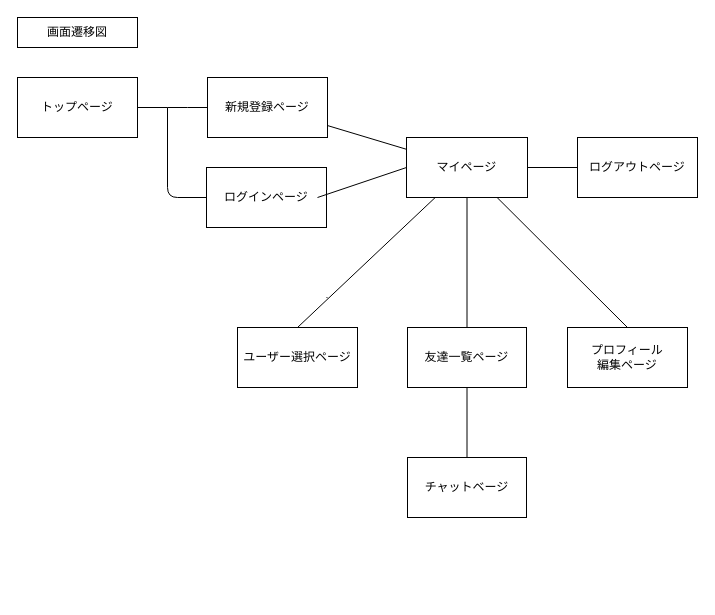
The draw.io diagram page "画面遷移図" (2 of 2) of umaren.dio in suzuka1621/UMAREN1, before the edit. Source tidied: cells renumbered, new cells numbered last; positions are measured from the earlier drawing's top-left corner, leaving out a move shared by most shapes. Both pictures are drawn from the tidied source at 100%, with x=0, y=0 at pixel (17, 17).
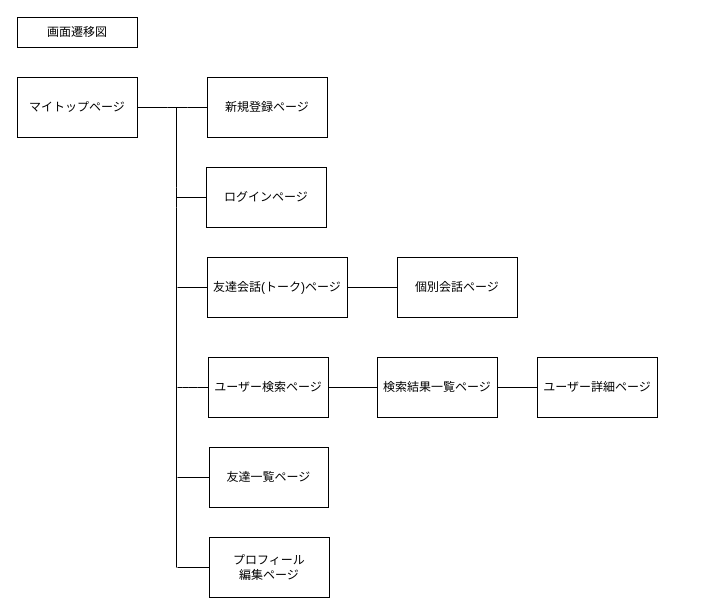
The same diagram, later.

The change refers to these unchanged cells:
```xml
<mxCell id="6" value="ログインページ" style="rounded=0;whiteSpace=wrap;html=1;" parent="1" vertex="1">
  <mxGeometry x="189" y="150" width="120" height="60" as="geometry" />
</mxCell>
<mxCell id="8" value="新規登録ページ" style="rounded=0;whiteSpace=wrap;html=1;" parent="1" vertex="1">
  <mxGeometry x="190" y="60" width="120" height="60" as="geometry" />
</mxCell>
```

Change to the diagram source:
```diff
@@
+    <mxCell id="22" style="edgeStyle=none;html=1;exitX=0;exitY=0.5;exitDx=0;exitDy=0;endArrow=none;endFill=0;" parent="1" edge="1" source="3">
+      <mxGeometry relative="1" as="geometry">
+        <mxPoint x="160" y="370" as="targetPoint" />
+        <Array as="points">
+          <mxPoint x="170" y="370" />
+        </Array>
+      </mxGeometry>
+    </mxCell>
-    <mxCell id="3" value="ユーザー選択ページ" style="rounded=0;whiteSpace=wrap;html=1;" parent="1" vertex="1">
-      <mxGeometry x="220" y="310" width="120" height="60" as="geometry" />
+    <mxCell id="3" value="ユーザー検索ページ" style="rounded=0;whiteSpace=wrap;html=1;" parent="1" vertex="1">
+      <mxGeometry x="191" y="340" width="120" height="60" as="geometry" />
     </mxCell>
@@
     <mxCell id="5" style="edgeStyle=none;html=1;exitX=0;exitY=0.5;exitDx=0;exitDy=0;endArrow=none;endFill=0;" parent="1" edge="1" source="6">
       <mxGeometry relative="1" as="geometry">
-        <mxPoint x="150" y="90" as="targetPoint" />
-        <Array as="points">
-          <mxPoint x="150" y="180" />
-        </Array>
+        <mxPoint x="159" y="180" as="targetPoint" />
       </mxGeometry>
     </mxCell>
@@
-    <mxCell id="7" style="edgeStyle=none;html=1;endArrow=none;endFill=0;" parent="1" edge="1" source="8" target="17">
-      <mxGeometry relative="1" as="geometry" />
-    </mxCell>
@@
-    <mxCell id="9" style="html=1;exitX=1;exitY=0.5;exitDx=0;exitDy=0;entryX=0;entryY=0.5;entryDx=0;entryDy=0;endArrow=none;endFill=0;" parent="1" edge="1" source="10" target="8">
+    <mxCell id="9" style="edgeStyle=none;html=1;exitX=1;exitY=0.5;exitDx=0;exitDy=0;entryX=0;entryY=0.5;entryDx=0;entryDy=0;endArrow=none;endFill=0;" parent="1" edge="1" source="10" target="8">
       <mxGeometry relative="1" as="geometry">
         <Array as="points">
           <mxPoint x="160" y="90" />
         </Array>
       </mxGeometry>
     </mxCell>
-    <mxCell id="10" value="トップページ" style="rounded=0;whiteSpace=wrap;html=1;" parent="1" vertex="1">
+    <mxCell id="10" value="マイトップページ" style="rounded=0;whiteSpace=wrap;html=1;" parent="1" vertex="1">
       <mxGeometry y="60" width="120" height="60" as="geometry" />
     </mxCell>
+    <mxCell id="23" style="endArrow=none;html=1;" parent="1" edge="1">
+      <mxGeometry relative="1" as="geometry">
+        <mxPoint x="159" y="550" as="sourcePoint" />
+        <mxPoint x="159" y="90" as="targetPoint" />
+        <Array as="points">
+          <mxPoint x="159" y="180" />
+        </Array>
+      </mxGeometry>
+    </mxCell>
+    <mxCell id="24" value="検索結果一覧ページ" style="rounded=0;whiteSpace=wrap;html=1;" parent="1" vertex="1">
+      <mxGeometry x="360" y="340" width="120" height="60" as="geometry" />
+    </mxCell>
+    <mxCell id="25" value="ユーザー詳細ページ" style="rounded=0;whiteSpace=wrap;html=1;" parent="1" vertex="1">
+      <mxGeometry x="520" y="340" width="120" height="60" as="geometry" />
+    </mxCell>
     <mxCell id="11" value="友達一覧ページ" style="rounded=0;whiteSpace=wrap;html=1;" parent="1" vertex="1">
-      <mxGeometry x="390" y="310" width="119" height="60" as="geometry" />
+      <mxGeometry x="192" y="430" width="119" height="60" as="geometry" />
     </mxCell>
+    <mxCell id="26" style="edgeStyle=none;html=1;exitX=1;exitY=0.5;exitDx=0;exitDy=0;entryX=0;entryY=0.5;entryDx=0;entryDy=0;endArrow=none;endFill=0;" parent="1" edge="1" source="27" target="28">
+      <mxGeometry relative="1" as="geometry" />
+    </mxCell>
+    <mxCell id="27" value="友達会話(トーク)ページ" style="rounded=0;whiteSpace=wrap;html=1;" parent="1" vertex="1">
+      <mxGeometry x="190" y="240" width="140" height="60" as="geometry" />
+    </mxCell>
+    <mxCell id="28" value="個別会話ページ" style="rounded=0;whiteSpace=wrap;html=1;" parent="1" vertex="1">
+      <mxGeometry x="380" y="240" width="120" height="60" as="geometry" />
+    </mxCell>
     <mxCell id="12" value="プロフィール&lt;br&gt;編集ページ" style="rounded=0;whiteSpace=wrap;html=1;" parent="1" vertex="1">
-      <mxGeometry x="550" y="310" width="120" height="60" as="geometry" />
+      <mxGeometry x="192" y="520" width="120" height="60" as="geometry" />
     </mxCell>
-    <mxCell id="13" style="edgeStyle=none;html=1;endArrow=none;endFill=0;" parent="1" edge="1" source="17">
-      <mxGeometry relative="1" as="geometry">
-        <mxPoint x="280" y="310" as="targetPoint" />
-      </mxGeometry>
-    </mxCell>
-    <mxCell id="14" style="edgeStyle=none;html=1;entryX=0.5;entryY=0;entryDx=0;entryDy=0;endArrow=none;endFill=0;" parent="1" edge="1" source="17" target="12">
-      <mxGeometry relative="1" as="geometry" />
-    </mxCell>
-    <mxCell id="15" style="edgeStyle=none;html=1;entryX=0.5;entryY=0;entryDx=0;entryDy=0;endArrow=none;endFill=0;" parent="1" edge="1" source="17" target="11">
-      <mxGeometry relative="1" as="geometry" />
-    </mxCell>
-    <mxCell id="16" style="edgeStyle=none;html=1;endArrow=none;endFill=0;" parent="1" edge="1" source="17" target="21">
-      <mxGeometry relative="1" as="geometry" />
-    </mxCell>
-    <mxCell id="17" value="マイページ" style="rounded=0;whiteSpace=wrap;html=1;" parent="1" vertex="1">
-      <mxGeometry x="389" y="120" width="121" height="60" as="geometry" />
-    </mxCell>
-    <mxCell id="18" style="edgeStyle=none;html=1;exitX=0;exitY=0.5;exitDx=0;exitDy=0;entryX=0.925;entryY=0.5;entryDx=0;entryDy=0;entryPerimeter=0;endArrow=none;endFill=0;" parent="1" edge="1" source="17" target="6">
-      <mxGeometry relative="1" as="geometry" />
-    </mxCell>
-    <mxCell id="19" style="edgeStyle=none;html=1;entryX=0.5;entryY=1;entryDx=0;entryDy=0;endArrow=none;endFill=0;" parent="1" edge="1" source="20" target="11">
-      <mxGeometry relative="1" as="geometry" />
-    </mxCell>
-    <mxCell id="20" value="チャットベージ" style="rounded=0;whiteSpace=wrap;html=1;" parent="1" vertex="1">
-      <mxGeometry x="390" y="440" width="119" height="60" as="geometry" />
-    </mxCell>
-    <mxCell id="21" value="ログアウトページ" style="rounded=0;whiteSpace=wrap;html=1;" parent="1" vertex="1">
-      <mxGeometry x="560" y="120" width="120" height="60" as="geometry" />
-    </mxCell>
+    <mxCell id="29" style="edgeStyle=none;html=1;entryX=0;entryY=0.5;entryDx=0;entryDy=0;endArrow=none;endFill=0;exitX=1;exitY=0.5;exitDx=0;exitDy=0;" parent="1" edge="1" source="3" target="24">
+      <mxGeometry relative="1" as="geometry" />
+    </mxCell>
+    <mxCell id="30" style="edgeStyle=none;html=1;entryX=0;entryY=0.5;entryDx=0;entryDy=0;endArrow=none;endFill=0;" parent="1" edge="1" target="25">
+      <mxGeometry relative="1" as="geometry">
+        <mxPoint x="480" y="370" as="sourcePoint" />
+      </mxGeometry>
+    </mxCell>
+    <mxCell id="31" style="edgeStyle=none;html=1;exitX=0;exitY=0.5;exitDx=0;exitDy=0;endArrow=none;endFill=0;" parent="1" edge="1" source="11">
+      <mxGeometry relative="1" as="geometry">
+        <mxPoint x="160" y="460" as="targetPoint" />
+      </mxGeometry>
+    </mxCell>
+    <mxCell id="32" style="edgeStyle=none;html=1;exitX=0;exitY=0.5;exitDx=0;exitDy=0;endArrow=none;endFill=0;" parent="1" edge="1" source="12">
+      <mxGeometry relative="1" as="geometry">
+        <mxPoint x="160" y="550" as="targetPoint" />
+      </mxGeometry>
+    </mxCell>
+    <mxCell id="33" style="edgeStyle=none;html=1;exitX=0;exitY=0.5;exitDx=0;exitDy=0;endArrow=none;endFill=0;" parent="1" edge="1" source="27">
+      <mxGeometry relative="1" as="geometry">
+        <mxPoint x="160" y="270" as="targetPoint" />
+      </mxGeometry>
+    </mxCell>
```
